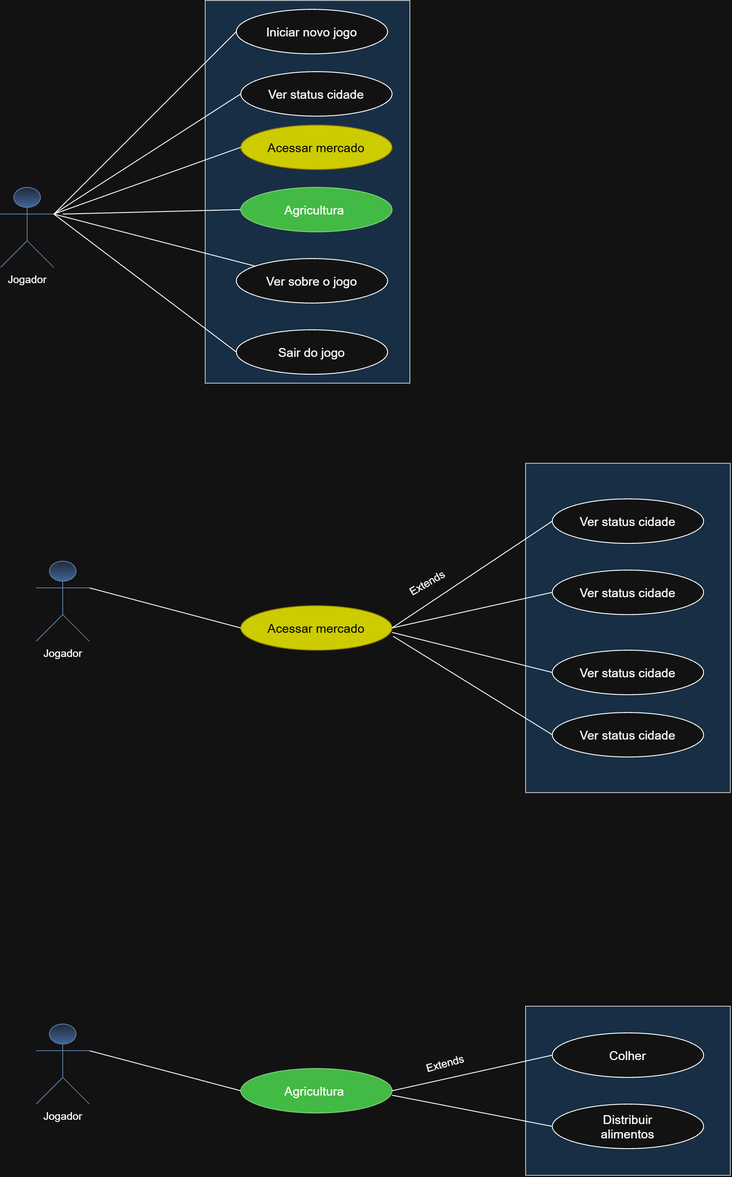
Above: casos-de-uso/Casos de uso.drawio.png in joaovictorVsales/Bolonha-e-Milano-Mons-edition (draw.io), before the change. Source tidied: cells renumbered, new cells last; positions are measured from the earlier drawing's top-left corner, leaving out a move shared by most shapes.
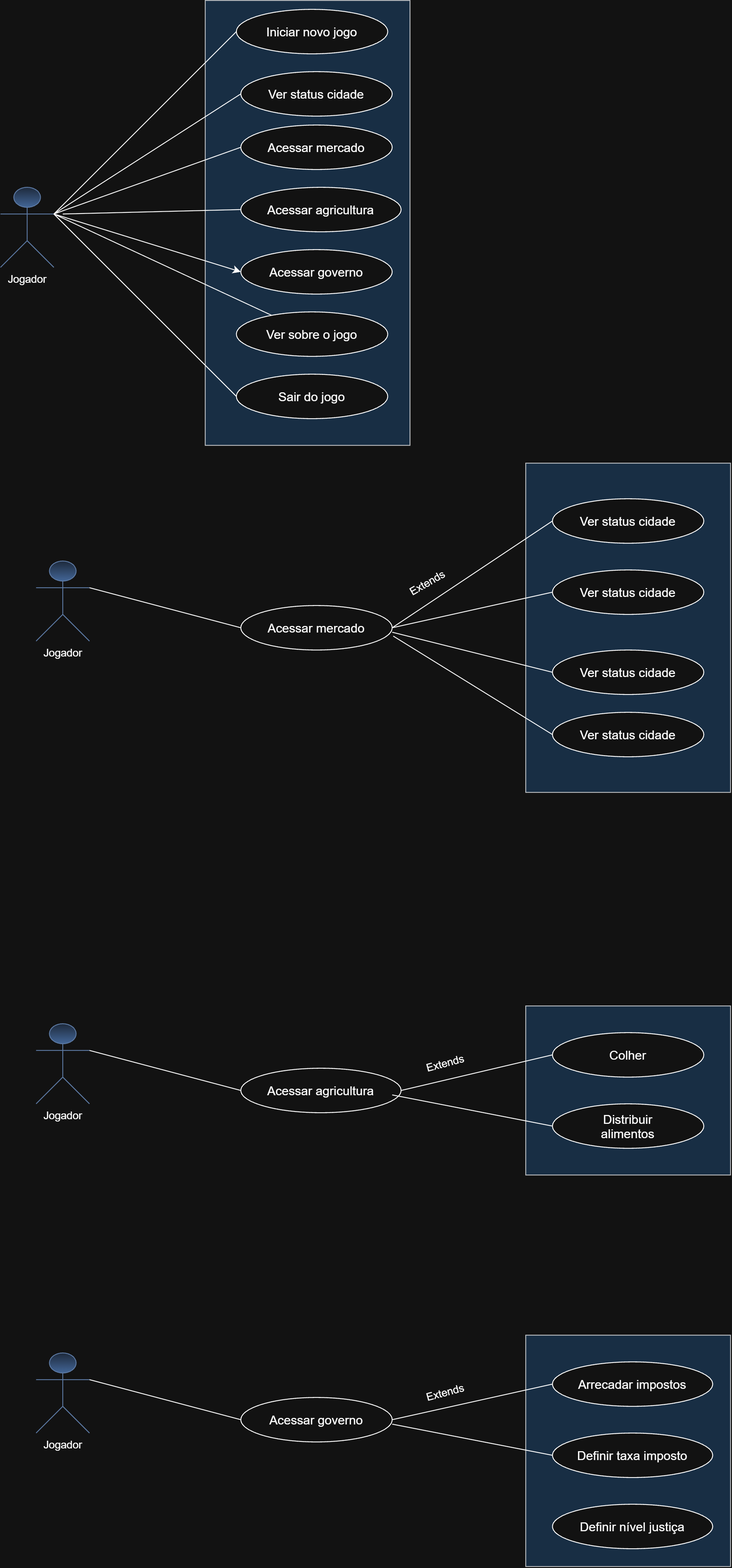
The same diagram one commit later.

Commit message:
Caso de uso (ETAPA 5)

What changed in the source:
```diff
@@ -6,7 +6,7 @@
       <mxGeometry y="210" width="60" height="90" as="geometry" />
     </mxCell>
     <mxCell id="3" style="rounded=0;whiteSpace=wrap;html=1;fillColor=#cce5ff;strokeColor=#36393d;" parent="1" vertex="1">
-      <mxGeometry x="230" width="230" height="430" as="geometry" />
+      <mxGeometry x="230" width="230" height="500" as="geometry" />
     </mxCell>
     <mxCell id="4" value="&lt;font style=&quot;font-size: 14px;&quot;&gt;Iniciar novo jogo&lt;/font&gt;" style="ellipse;whiteSpace=wrap;html=1;shapeInside=1;" parent="1" vertex="1">
       <mxGeometry x="265" y="10" width="170" height="50" as="geometry" />
@@ -15,10 +15,10 @@
       <mxGeometry relative="1" as="geometry" />
     </mxCell>
     <mxCell id="6" value="Ver sobre o jogo" style="ellipse;whiteSpace=wrap;html=1;shapeInside=1;fontSize=14;" parent="1" vertex="1">
-      <mxGeometry x="265" y="290" width="170" height="50" as="geometry" />
+      <mxGeometry x="265" y="350" width="170" height="50" as="geometry" />
     </mxCell>
     <mxCell id="7" value="Sair do jogo" style="ellipse;whiteSpace=wrap;html=1;shapeInside=1;fontSize=14;" parent="1" vertex="1">
-      <mxGeometry x="265" y="370" width="170" height="50" as="geometry" />
+      <mxGeometry x="265" y="420" width="170" height="50" as="geometry" />
     </mxCell>
     <mxCell id="8" style="endArrow=none;html=1;rounded=0;defaultLabelBackgroundColor=page;labelPadding=0 4;exitX=1;exitY=0.3333333333333333;exitDx=0;exitDy=0;exitPerimeter=0;" parent="1" edge="1" source="2" target="6">
       <mxGeometry relative="1" as="geometry" />
@@ -35,7 +35,7 @@
     <mxCell id="12" style="endArrow=none;html=1;rounded=0;defaultLabelBackgroundColor=page;labelPadding=0 4;entryX=0;entryY=0.5;entryDx=0;entryDy=0;exitX=1;exitY=0.3333333333333333;exitDx=0;exitDy=0;exitPerimeter=0;" parent="1" edge="1" source="2" target="11">
       <mxGeometry relative="1" as="geometry" />
     </mxCell>
-    <mxCell id="13" value="Acessar mercado" style="ellipse;whiteSpace=wrap;html=1;shapeInside=1;fontSize=14;fillColor=light-dark(#E3C800,#CCCC00);strokeColor=#B09500;fontColor=light-dark(#000000,#000000);" parent="1" vertex="1">
+    <mxCell id="13" value="Acessar mercado" style="ellipse;whiteSpace=wrap;html=1;shapeInside=1;fontSize=14;" parent="1" vertex="1">
       <mxGeometry x="270" y="140" width="170" height="50" as="geometry" />
     </mxCell>
     <mxCell id="14" style="endArrow=none;html=1;rounded=0;defaultLabelBackgroundColor=page;labelPadding=0 4;entryX=0;entryY=0.5;entryDx=0;entryDy=0;exitX=1;exitY=0.3333333333333333;exitDx=0;exitDy=0;exitPerimeter=0;" parent="1" edge="1" source="2" target="13">
@@ -59,7 +59,7 @@
     <mxCell id="20" value="Jogador" style="shape=umlActor;verticalLabelPosition=bottom;verticalAlign=top;html=1;outlineConnect=0;labelPerimeter=1;fillColor=#dae8fc;gradientColor=#7ea6e0;strokeColor=#6c8ebf;" parent="1" vertex="1">
       <mxGeometry x="40" y="630" width="60" height="90" as="geometry" />
     </mxCell>
-    <mxCell id="21" value="Acessar mercado" style="ellipse;whiteSpace=wrap;html=1;shapeInside=1;fontSize=14;fillColor=light-dark(#E3C800,#CCCC00);strokeColor=#B09500;fontColor=light-dark(#000000,#000000);" parent="1" vertex="1">
+    <mxCell id="21" value="Acessar mercado" style="ellipse;whiteSpace=wrap;html=1;shapeInside=1;fontSize=14;" parent="1" vertex="1">
       <mxGeometry x="270" y="680" width="170" height="50" as="geometry" />
     </mxCell>
     <mxCell id="22" style="endArrow=none;html=1;rounded=0;defaultLabelBackgroundColor=page;labelPadding=0 4;exitX=1;exitY=0.3333333333333333;exitDx=0;exitDy=0;exitPerimeter=0;entryX=0;entryY=0.5;entryDx=0;entryDy=0;" parent="1" edge="1" source="20" target="21">
@@ -82,8 +82,8 @@
     <mxCell id="27" value="Extends" style="text;html=1;whiteSpace=wrap;strokeColor=none;fillColor=none;align=center;verticalAlign=middle;rounded=0;rotation=-30;" parent="1" vertex="1">
       <mxGeometry x="450" y="640" width="60" height="30" as="geometry" />
     </mxCell>
-    <mxCell id="28" value="Agricultura&amp;nbsp;" style="ellipse;whiteSpace=wrap;html=1;shapeInside=1;fontSize=14;fillColor=#008a00;fontColor=light-dark(#FFFFFF,#FFFFFF);strokeColor=#005700;" parent="1" vertex="1">
-      <mxGeometry x="270" y="210" width="170" height="50" as="geometry" />
+    <mxCell id="28" value="Acessar agricultura" style="ellipse;whiteSpace=wrap;html=1;shapeInside=1;fontSize=14;" parent="1" vertex="1">
+      <mxGeometry x="270" y="210" width="180" height="50" as="geometry" />
     </mxCell>
     <mxCell id="29" style="endArrow=none;html=1;rounded=0;defaultLabelBackgroundColor=page;labelPadding=0 4;entryX=0;entryY=0.5;entryDx=0;entryDy=0;" parent="1" edge="1" target="28">
       <mxGeometry relative="1" as="geometry">
@@ -102,8 +102,8 @@
     <mxCell id="33" value="Jogador" style="shape=umlActor;verticalLabelPosition=bottom;verticalAlign=top;html=1;outlineConnect=0;labelPerimeter=1;fillColor=#dae8fc;gradientColor=#7ea6e0;strokeColor=#6c8ebf;" parent="1" vertex="1">
       <mxGeometry x="40" y="1150" width="60" height="90" as="geometry" />
     </mxCell>
-    <mxCell id="34" value="Agricultura&amp;nbsp;" style="ellipse;whiteSpace=wrap;html=1;shapeInside=1;fontSize=14;fillColor=#008a00;strokeColor=#005700;fontColor=light-dark(#FFFFFF,#FFFFFF);" parent="1" vertex="1">
-      <mxGeometry x="270" y="1200" width="170" height="50" as="geometry" />
+    <mxCell id="34" value="Acessar agricultura" style="ellipse;whiteSpace=wrap;html=1;shapeInside=1;fontSize=14;" parent="1" vertex="1">
+      <mxGeometry x="270" y="1200" width="180" height="50" as="geometry" />
     </mxCell>
     <mxCell id="35" style="endArrow=none;html=1;rounded=0;defaultLabelBackgroundColor=page;labelPadding=0 4;exitX=1;exitY=0.3333333333333333;exitDx=0;exitDy=0;exitPerimeter=0;entryX=0;entryY=0.5;entryDx=0;entryDy=0;" parent="1" edge="1" source="33" target="34">
       <mxGeometry relative="1" as="geometry" />
@@ -119,5 +119,43 @@
     <mxCell id="38" value="Extends" style="text;html=1;whiteSpace=wrap;strokeColor=none;fillColor=none;align=center;verticalAlign=middle;rounded=0;rotation=-15;" parent="1" vertex="1">
       <mxGeometry x="470" y="1180" width="60" height="30" as="geometry" />
     </mxCell>
+    <mxCell id="39" value="Acessar governo" style="ellipse;whiteSpace=wrap;html=1;shapeInside=1;fontSize=14;" parent="1" vertex="1">
+      <mxGeometry x="270" y="280" width="170" height="50" as="geometry" />
+    </mxCell>
+    <mxCell id="40" style="endArrow=classic;html=1;rounded=0;defaultLabelBackgroundColor=page;labelPadding=0 4;entryX=0;entryY=0.5;entryDx=0;entryDy=0;exitX=1;exitY=0.3333333333333333;exitDx=0;exitDy=0;exitPerimeter=0;" parent="1" edge="1" source="2" target="39">
+      <mxGeometry relative="1" as="geometry" />
+    </mxCell>
+    <mxCell id="41" style="rounded=0;whiteSpace=wrap;html=1;fillColor=#cce5ff;strokeColor=#36393d;" parent="1" vertex="1">
+      <mxGeometry x="590" y="1500" width="230" height="260" as="geometry" />
+    </mxCell>
+    <mxCell id="42" value="Arrecadar impostos" style="ellipse;whiteSpace=wrap;html=1;shapeInside=1;fontSize=14;" parent="1" vertex="1">
+      <mxGeometry x="620" y="1530" width="180" height="50" as="geometry" />
+    </mxCell>
+    <mxCell id="43" value="Definir taxa imposto" style="ellipse;whiteSpace=wrap;html=1;shapeInside=1;fontSize=14;" parent="1" vertex="1">
+      <mxGeometry x="620" y="1610" width="180" height="50" as="geometry" />
+    </mxCell>
+    <mxCell id="44" value="Jogador" style="shape=umlActor;verticalLabelPosition=bottom;verticalAlign=top;html=1;outlineConnect=0;labelPerimeter=1;fillColor=#dae8fc;gradientColor=#7ea6e0;strokeColor=#6c8ebf;" parent="1" vertex="1">
+      <mxGeometry x="40" y="1520" width="60" height="90" as="geometry" />
+    </mxCell>
+    <mxCell id="45" value="Acessar governo" style="ellipse;whiteSpace=wrap;html=1;shapeInside=1;fontSize=14;" parent="1" vertex="1">
+      <mxGeometry x="270" y="1570" width="170" height="50" as="geometry" />
+    </mxCell>
+    <mxCell id="46" style="endArrow=none;html=1;rounded=0;defaultLabelBackgroundColor=page;labelPadding=0 4;exitX=1;exitY=0.3333333333333333;exitDx=0;exitDy=0;exitPerimeter=0;entryX=0;entryY=0.5;entryDx=0;entryDy=0;" parent="1" edge="1" source="44" target="45">
+      <mxGeometry relative="1" as="geometry" />
+    </mxCell>
+    <mxCell id="47" style="endArrow=none;html=1;rounded=0;defaultLabelBackgroundColor=page;labelPadding=0 4;entryX=0;entryY=0.5;entryDx=0;entryDy=0;exitX=1;exitY=0.5;exitDx=0;exitDy=0;" parent="1" edge="1" source="45" target="42">
+      <mxGeometry relative="1" as="geometry" />
+    </mxCell>
+    <mxCell id="48" style="endArrow=none;html=1;rounded=0;defaultLabelBackgroundColor=page;labelPadding=0 4;entryX=0;entryY=0.5;entryDx=0;entryDy=0;" parent="1" edge="1" target="43">
+      <mxGeometry relative="1" as="geometry">
+        <mxPoint x="440" y="1600" as="sourcePoint" />
+      </mxGeometry>
+    </mxCell>
+    <mxCell id="49" value="Extends" style="text;html=1;whiteSpace=wrap;strokeColor=none;fillColor=none;align=center;verticalAlign=middle;rounded=0;rotation=-15;" parent="1" vertex="1">
+      <mxGeometry x="470" y="1550" width="60" height="30" as="geometry" />
+    </mxCell>
+    <mxCell id="50" value="Definir nível justiça" style="ellipse;whiteSpace=wrap;html=1;shapeInside=1;fontSize=14;" parent="1" vertex="1">
+      <mxGeometry x="620" y="1690" width="180" height="50" as="geometry" />
+    </mxCell>
   </root>
 </mxGraphModel>
```
